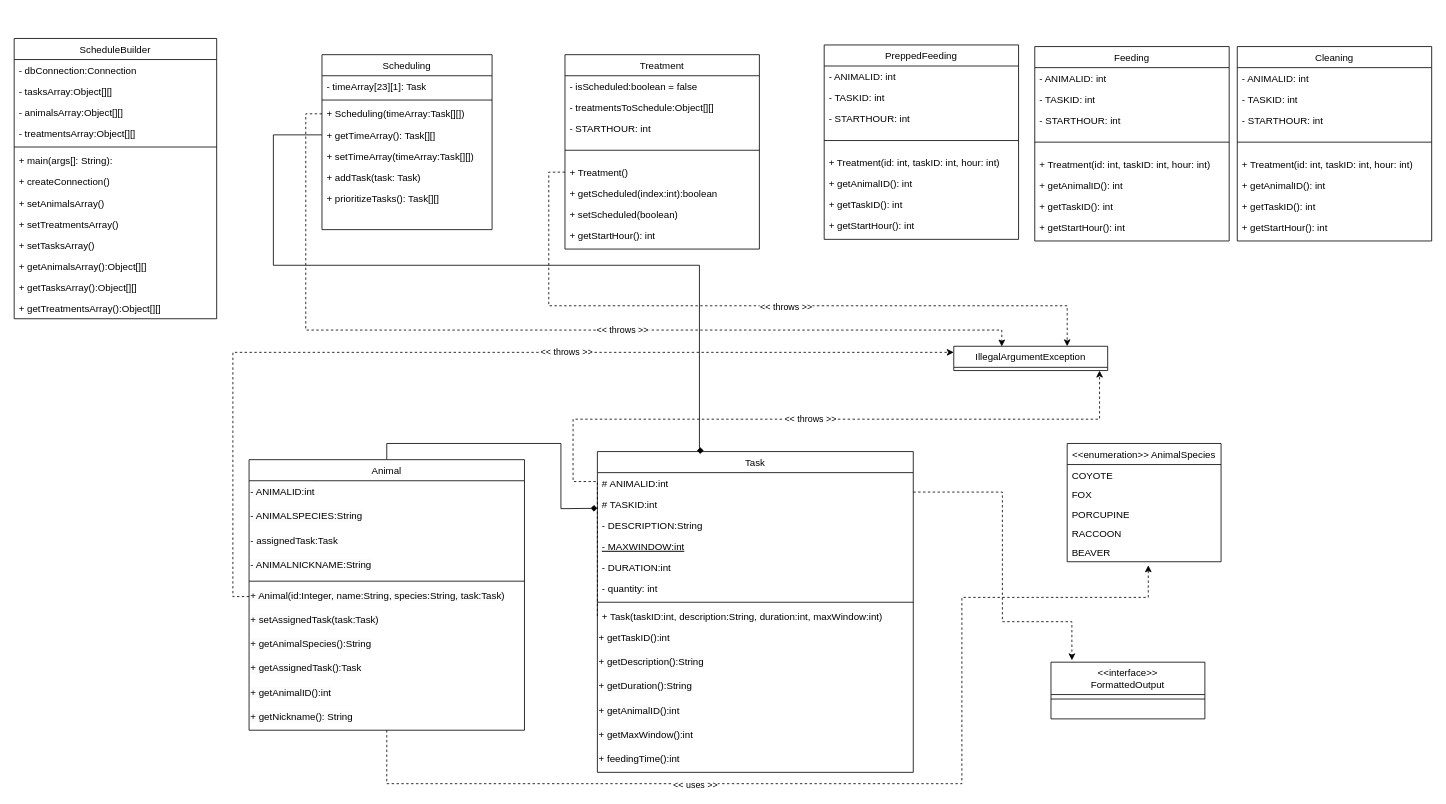
The draw.io diagram Project-UML.drawio in arminsandhu/ZooKeeper-Scheduler, before the edit. Source tidied: cells renumbered, new cells numbered last; positions are measured from the earlier drawing's top-left corner, leaving out a move shared by most shapes. Both pictures are drawn from the tidied source at 81%, with x=0, y=0 at pixel (14, 38).
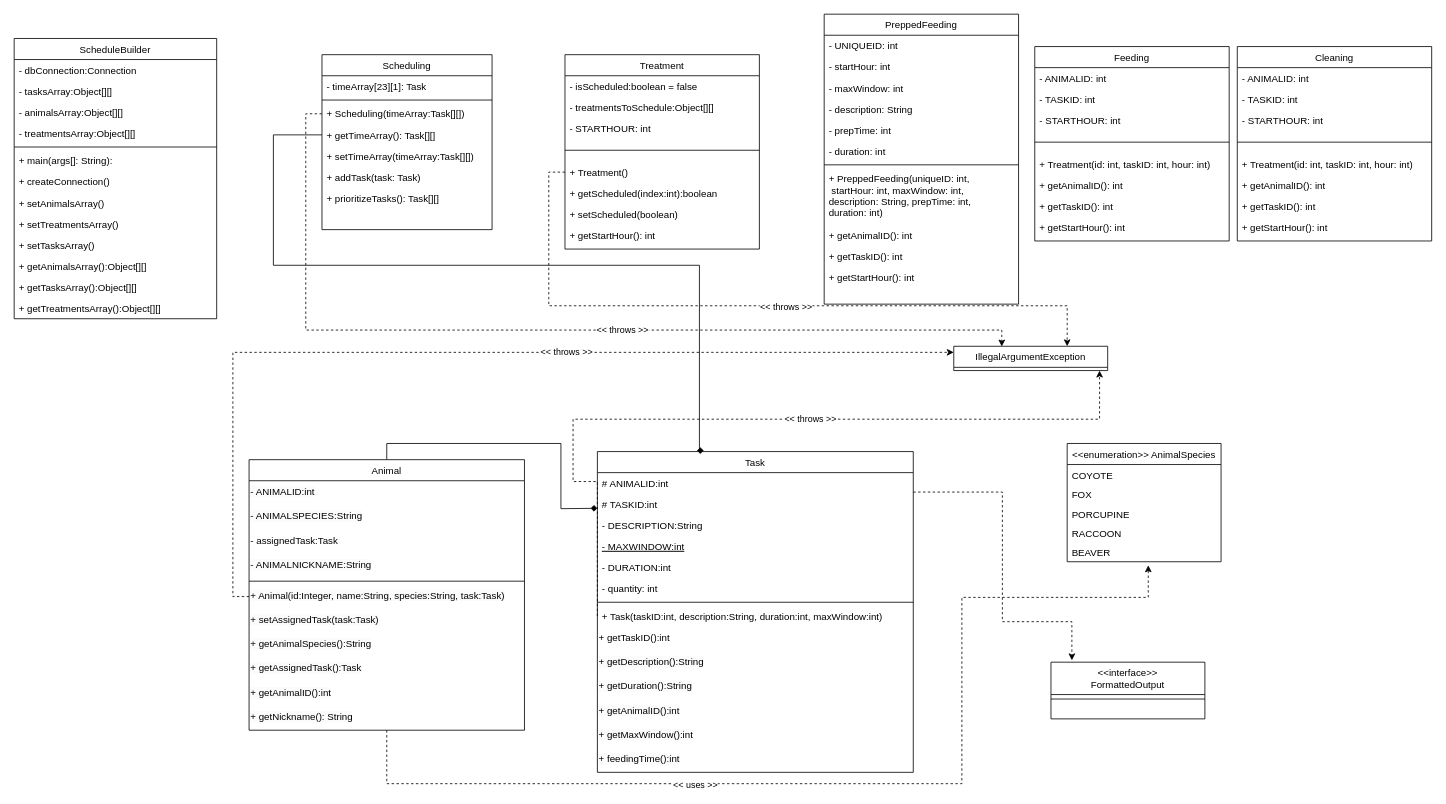
Above is the later version.

Diff of the diagram source:
```diff
@@
     <mxCell id="82" value="PreppedFeeding" style="swimlane;fontStyle=0;align=center;verticalAlign=top;horizontal=1;startSize=26;rounded=0;shadow=0;strokeWidth=1;" parent="1" vertex="1">
-      <mxGeometry x="1000" y="8" width="240" height="240" as="geometry" />
+      <mxGeometry x="1000" y="-30" width="240" height="358" as="geometry" />
     </mxCell>
-    <mxCell id="83" value="- ANIMALID: int" style="text;align=left;verticalAlign=top;spacingLeft=4;spacingRight=4;overflow=hidden;" parent="82" vertex="1">
+    <mxCell id="83" value="- UNIQUEID: int" style="text;align=left;verticalAlign=top;spacingLeft=4;spacingRight=4;overflow=hidden;" parent="82" vertex="1">
       <mxGeometry y="26" width="240" height="26" as="geometry" />
     </mxCell>
-    <mxCell id="84" value="- TASKID: int" style="text;align=left;verticalAlign=top;spacingLeft=4;spacingRight=4;overflow=hidden;" parent="82" vertex="1">
+    <mxCell id="84" value="- startHour: int" style="text;align=left;verticalAlign=top;spacingLeft=4;spacingRight=4;overflow=hidden;" parent="82" vertex="1">
       <mxGeometry y="52" width="240" height="26" as="geometry" />
     </mxCell>
-    <mxCell id="85" value="- STARTHOUR: int" style="text;align=left;verticalAlign=top;spacingLeft=4;spacingRight=4;overflow=hidden;" parent="82" vertex="1">
+    <mxCell id="85" value="- maxWindow: int" style="text;align=left;verticalAlign=top;spacingLeft=4;spacingRight=4;overflow=hidden;" parent="82" vertex="1">
       <mxGeometry y="78" width="240" height="26" as="geometry" />
     </mxCell>
+    <mxCell id="109" value="- description: String" style="text;align=left;verticalAlign=top;spacingLeft=4;spacingRight=4;overflow=hidden;" parent="82" vertex="1">
+      <mxGeometry y="104" width="240" height="26" as="geometry" />
+    </mxCell>
+    <mxCell id="110" value="- prepTime: int" style="text;align=left;verticalAlign=top;spacingLeft=4;spacingRight=4;overflow=hidden;" parent="82" vertex="1">
+      <mxGeometry y="130" width="240" height="26" as="geometry" />
+    </mxCell>
+    <mxCell id="111" value="- duration: int" style="text;align=left;verticalAlign=top;spacingLeft=4;spacingRight=4;overflow=hidden;" parent="82" vertex="1">
+      <mxGeometry y="156" width="240" height="26" as="geometry" />
+    </mxCell>
     <mxCell id="86" style="line;html=1;strokeWidth=1;align=left;verticalAlign=middle;spacingTop=-1;spacingLeft=3;spacingRight=3;labelPosition=right;" parent="82" vertex="1">
-      <mxGeometry y="104" width="240" height="28" as="geometry" />
+      <mxGeometry y="182" width="240" height="8" as="geometry" />
     </mxCell>
-    <mxCell id="87" value="+ Treatment(id: int, taskID: int, hour: int)" style="text;align=left;verticalAlign=top;spacingLeft=4;spacingRight=4;overflow=hidden;" parent="82" vertex="1">
-      <mxGeometry y="132" width="240" height="26" as="geometry" />
+    <mxCell id="87" value="+ PreppedFeeding(uniqueID: int,&#10; startHour: int, maxWindow: int, &#10;description: String, prepTime: int,&#10;duration: int)" style="text;align=left;verticalAlign=top;spacingLeft=4;spacingRight=4;overflow=hidden;" parent="82" vertex="1">
+      <mxGeometry y="190" width="240" height="70" as="geometry" />
     </mxCell>
     <mxCell id="88" value="+ getAnimalID(): int" style="text;align=left;verticalAlign=top;spacingLeft=4;spacingRight=4;overflow=hidden;" parent="82" vertex="1">
-      <mxGeometry y="158" width="240" height="26" as="geometry" />
+      <mxGeometry y="260" width="240" height="26" as="geometry" />
     </mxCell>
     <mxCell id="89" value="+ getTaskID(): int" style="text;align=left;verticalAlign=top;spacingLeft=4;spacingRight=4;overflow=hidden;" parent="82" vertex="1">
-      <mxGeometry y="184" width="240" height="26" as="geometry" />
+      <mxGeometry y="286" width="240" height="26" as="geometry" />
     </mxCell>
     <mxCell id="90" value="+ getStartHour(): int" style="text;align=left;verticalAlign=top;spacingLeft=4;spacingRight=4;overflow=hidden;" parent="82" vertex="1">
-      <mxGeometry y="210" width="240" height="26" as="geometry" />
+      <mxGeometry y="312" width="240" height="26" as="geometry" />
     </mxCell>
```
